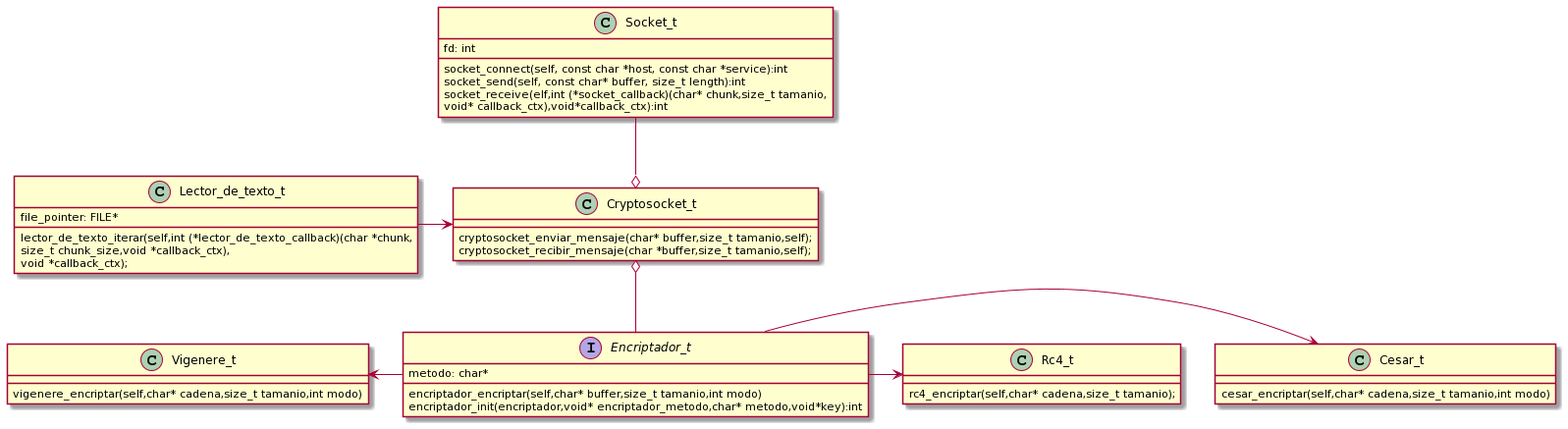
Above: clasesTP1.png in solfonte/Crypto-Sockets (PlantUML), before the change.
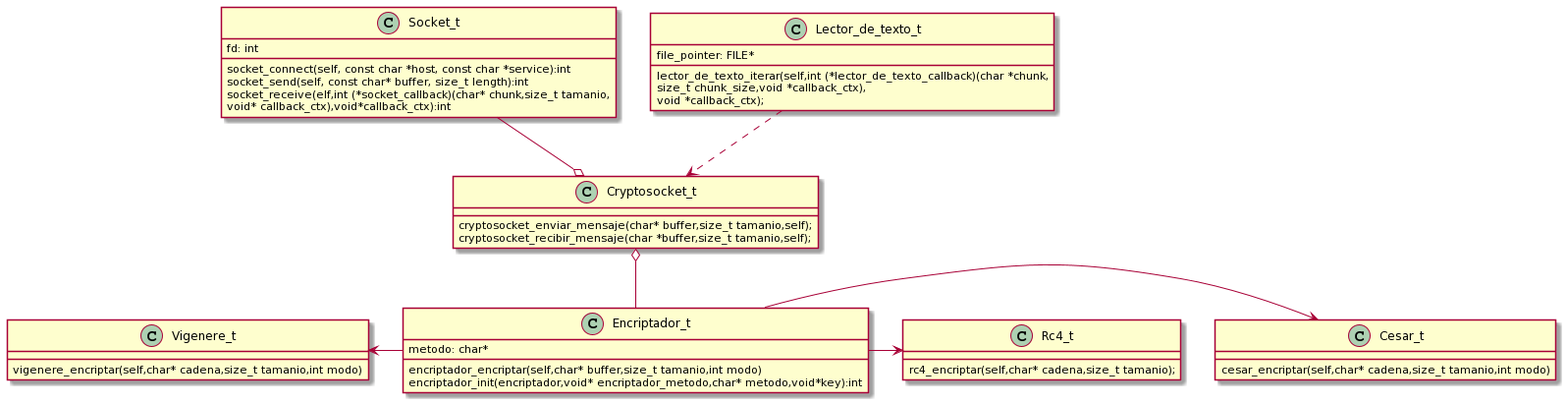
Above is the later version.

Commit message:
cambio diagrama de clases

What changed in the source:
```diff
@@ -1,5 +1,5 @@
 @startuml
-interface Encriptador_t {
+class Encriptador_t {
   {field} metodo: char*
   {method} encriptador_encriptar(self,char* buffer,size_t tamanio,int modo)
   {method} encriptador_init(encriptador,void* encriptador_metodo,char* metodo,void*key):int
@@ -23,8 +23,8 @@
                           void *callback_ctx);
 
 }
-Encriptador_t -> Cesar_t
-Lector_de_texto_t -> Cryptosocket_t
+
+Lector_de_texto_t -[dashed]-> Cryptosocket_t
 Socket_t --o Cryptosocket_t
 
 class Cesar_t{
@@ -42,7 +42,7 @@
 
 Cryptosocket_t o-- Encriptador_t
 
-
+Encriptador_t -> Cesar_t
 Vigenere_t <- Encriptador_t
 Encriptador_t -> Rc4_t
 @enduml
```
